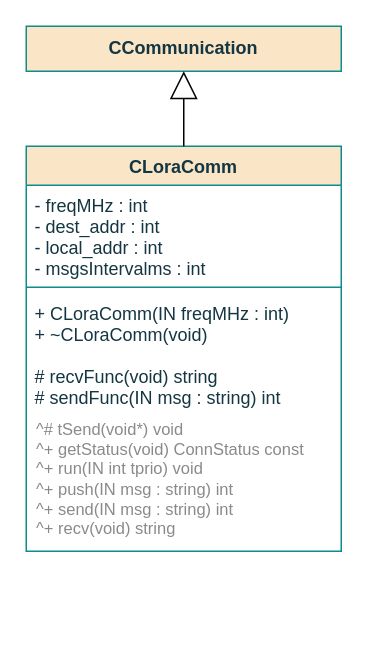
ESRGgroup9/slipad keeps this draw.io diagram as page "Class" (1 of 4) of documentation/flowcharts/Classes/CLoraComm.drawio. Above is the earlier version. Source tidied: cells renumbered, new cells numbered last; positions are measured from the earlier drawing's top-left corner, leaving out a move shared by most shapes. Both pictures are drawn from the tidied source at 150%, with x=0, y=0 at pixel (26, 26).
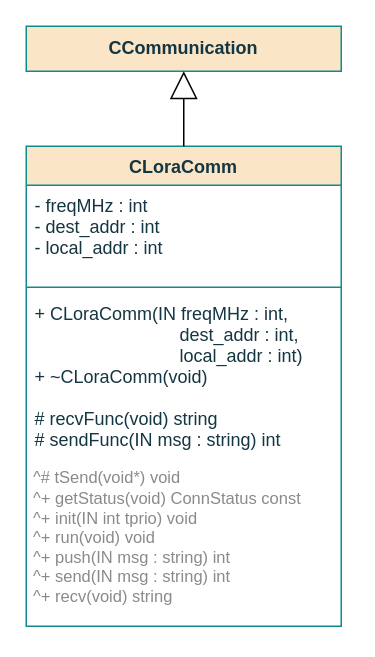
The same diagram, later.

Change to the diagram source:
```diff
@@
 <mxGraphModel>
   <root>
     <mxCell id="0" />
     <mxCell id="1" parent="0" />
     <mxCell id="2" value="CLoraComm" style="swimlane;fontStyle=1;align=center;verticalAlign=top;horizontal=1;startSize=26;fillColor=#FAE5C7;strokeColor=#0F8B8D;fontColor=#143642;" parent="1" vertex="1">
-      <mxGeometry y="80" width="210" height="270" as="geometry" />
+      <mxGeometry y="80" width="210" height="320" as="geometry" />
     </mxCell>
-    <mxCell id="3" value="- freqMHz : int&#10;- dest_addr : int&#10;- local_addr : int&#10;- msgsIntervalms : int&#10;&#10;&#10;&#10;&#10;&#10;" style="text;strokeColor=none;fillColor=none;align=left;verticalAlign=top;spacingLeft=4;spacingRight=4;overflow=hidden;fontColor=#143642;" parent="2" vertex="1">
+    <mxCell id="3" value="- freqMHz : int&#10;- dest_addr : int&#10;- local_addr : int&#10;&#10;&#10;&#10;&#10;&#10;" style="text;strokeColor=none;fillColor=none;align=left;verticalAlign=top;spacingLeft=4;spacingRight=4;overflow=hidden;fontColor=#143642;" parent="2" vertex="1">
       <mxGeometry y="26" width="210" height="64" as="geometry" />
     </mxCell>
     <mxCell id="4" style="line;strokeWidth=1;fillColor=none;align=left;verticalAlign=middle;spacingTop=-1;spacingLeft=3;spacingRight=3;labelPosition=right;labelBackgroundColor=#DAD2D8;strokeColor=#0F8B8D;fontColor=#143642;" parent="2" vertex="1">
       <mxGeometry y="90" width="210" height="8" as="geometry" />
     </mxCell>
-    <mxCell id="5" value="+ CLoraComm(IN freqMHz : int)&#10;+ ~CLoraComm(void)&#10;&#10;# recvFunc(void) string&#10;# sendFunc(IN msg : string) int &#10;&#10;&#10;&#10;" style="text;strokeColor=none;fillColor=none;align=left;verticalAlign=top;spacingLeft=4;spacingRight=4;overflow=hidden;fontColor=#143642;" parent="2" vertex="1">
-      <mxGeometry y="98" width="210" height="172" as="geometry" />
+    <mxCell id="5" value="+ CLoraComm(IN freqMHz : int,&#10;                             dest_addr : int,&#10;                             local_addr : int)&#10;+ ~CLoraComm(void)&#10;&#10;# recvFunc(void) string&#10;# sendFunc(IN msg : string) int &#10;&#10;&#10;&#10;" style="text;strokeColor=none;fillColor=none;align=left;verticalAlign=top;spacingLeft=4;spacingRight=4;overflow=hidden;fontColor=#143642;" parent="2" vertex="1">
+      <mxGeometry y="98" width="210" height="222" as="geometry" />
     </mxCell>
     <mxCell id="6" value="CCommunication" style="rounded=0;whiteSpace=wrap;html=1;sketch=0;fontColor=#143642;strokeColor=#0F8B8D;fillColor=#FAE5C7;fontStyle=1;" parent="1" vertex="1">
       <mxGeometry width="210" height="30" as="geometry" />
     </mxCell>
     <mxCell id="7" style="endArrow=block;endSize=16;endFill=0;html=1;rounded=0;exitX=0.5;exitY=0;exitDx=0;exitDy=0;entryX=0.5;entryY=1;entryDx=0;entryDy=0;" parent="1" edge="1" source="2" target="6">
       <mxGeometry relative="1" as="geometry" />
     </mxCell>
-    <mxCell id="8" value="&lt;div style=&quot;font-size: 11px&quot;&gt;&lt;font style=&quot;font-size: 11px&quot; color=&quot;#8A8A8A&quot;&gt;^# tSend(void*) void&lt;br&gt;&lt;/font&gt;&lt;/div&gt;&lt;div style=&quot;font-size: 11px&quot;&gt;&lt;font style=&quot;font-size: 11px&quot; color=&quot;#8A8A8A&quot;&gt;^+ getStatus(void) ConnStatus const&lt;br style=&quot;font-size: 11px&quot;&gt;&lt;/font&gt;&lt;/div&gt;&lt;div style=&quot;font-size: 11px&quot;&gt;&lt;font style=&quot;font-size: 11px&quot; color=&quot;#8A8A8A&quot;&gt;^+ run(IN int tprio) void&lt;/font&gt;&lt;/div&gt;&lt;font style=&quot;font-size: 11px&quot; color=&quot;#8A8A8A&quot;&gt;^+ push(IN msg : string) int&lt;br style=&quot;font-size: 11px&quot;&gt;^+ send(IN msg : string) int&lt;br style=&quot;font-size: 11px&quot;&gt;^+ recv(void) string&lt;/font&gt;" style="text;html=1;align=left;verticalAlign=middle;strokeColor=none;fillColor=none;opacity=10;fontSize=11;" parent="1" vertex="1">
-      <mxGeometry x="5" y="257" width="210" height="90" as="geometry" />
+    <mxCell id="8" value="&lt;div style=&quot;font-size: 11px&quot;&gt;&lt;font style=&quot;font-size: 11px&quot; color=&quot;#8A8A8A&quot;&gt;^# tSend(void*) void&lt;br&gt;&lt;/font&gt;&lt;/div&gt;&lt;div style=&quot;font-size: 11px&quot;&gt;&lt;font style=&quot;font-size: 11px&quot; color=&quot;#8A8A8A&quot;&gt;^+ getStatus(void) ConnStatus const&lt;br style=&quot;font-size: 11px&quot;&gt;&lt;/font&gt;&lt;/div&gt;&lt;div style=&quot;font-size: 11px&quot;&gt;&lt;div style=&quot;font-size: 11px&quot;&gt;&lt;font style=&quot;font-size: 11px&quot; color=&quot;#8A8A8A&quot;&gt;^+ init(IN int tprio) void&lt;/font&gt;&lt;/div&gt;&lt;font style=&quot;font-size: 11px&quot; color=&quot;#8A8A8A&quot;&gt;^+ run(void) void&lt;/font&gt;&lt;/div&gt;&lt;font style=&quot;font-size: 11px&quot; color=&quot;#8A8A8A&quot;&gt;^+ push(IN msg : string) int&lt;br style=&quot;font-size: 11px&quot;&gt;^+ send(IN msg : string) int&lt;br style=&quot;font-size: 11px&quot;&gt;^+ recv(void) string&lt;/font&gt;" style="text;html=1;align=left;verticalAlign=middle;strokeColor=none;fillColor=none;opacity=10;fontSize=11;" parent="1" vertex="1">
+      <mxGeometry x="3" y="286" width="210" height="110" as="geometry" />
     </mxCell>
   </root>
 </mxGraphModel>
```
